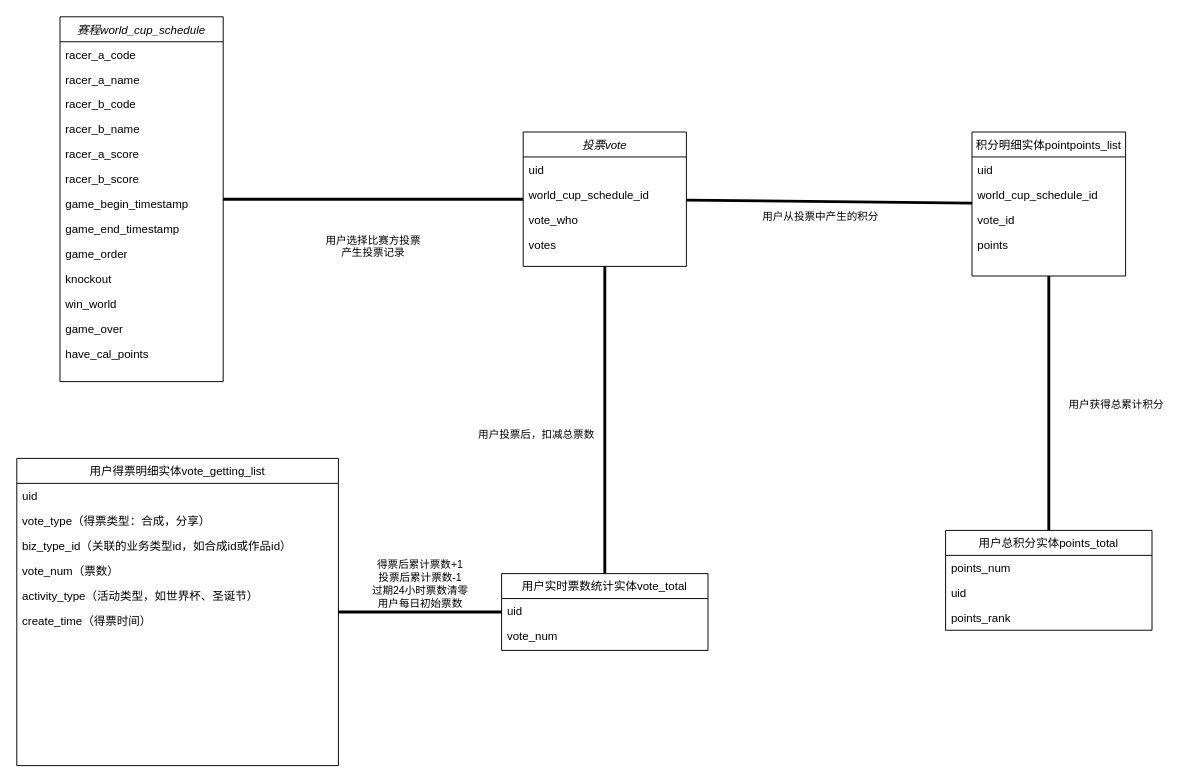
The draw.io diagram H5世界杯活动类图.drawio in milletzhu/datasource, before the edit. Source tidied: cells renumbered, new cells numbered last; positions are measured from the earlier drawing's top-left corner, leaving out a move shared by most shapes. Both pictures are drawn from the tidied source at 96%, with x=0, y=0 at pixel (16, 16).
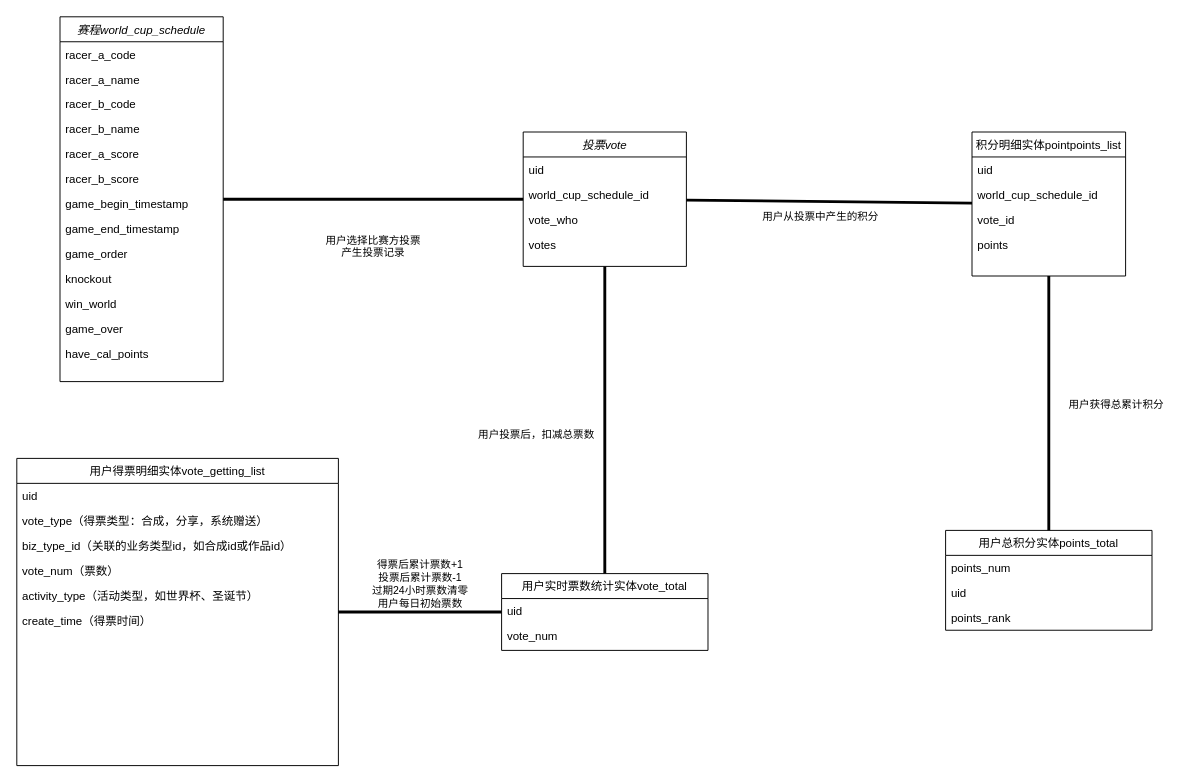
Above is the later version.

Commit message:
更新H5世界杯活动类图.drawio

The change refers to these unchanged cells:
```xml
<mxCell id="21" value="用户得票明细实体vote_getting_list" style="swimlane;fontStyle=0;align=center;verticalAlign=top;horizontal=1;startSize=26;rounded=0;shadow=0;strokeWidth=1;" parent="1" vertex="1">
  <mxGeometry y="460" width="335" height="320" as="geometry" />
</mxCell>
```

What changed in the source:
```diff
@@
-    <mxCell id="23" value="vote_type（得票类型：合成，分享）" style="text;align=left;verticalAlign=top;spacingLeft=4;spacingRight=4;overflow=hidden;rounded=0;shadow=0;html=0;" parent="21" vertex="1">
+    <mxCell id="23" value="vote_type（得票类型：合成，分享，系统赠送）" style="text;align=left;verticalAlign=top;spacingLeft=4;spacingRight=4;overflow=hidden;rounded=0;shadow=0;html=0;" parent="21" vertex="1">
       <mxGeometry y="52" width="335" height="26" as="geometry" />
     </mxCell>
```
